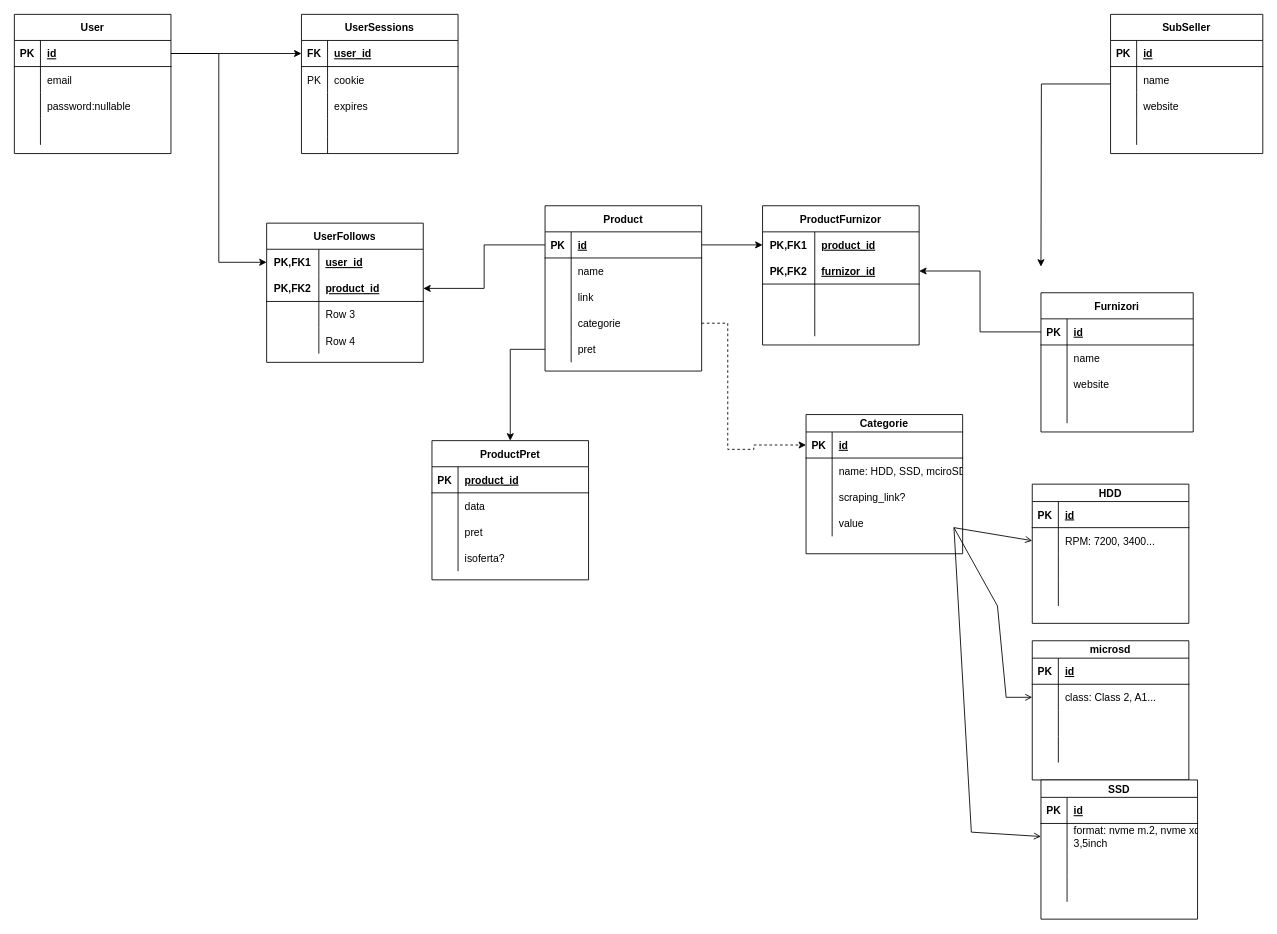
This is pretdiskuriro/DBDesign.drawio from eduardbibac/pretdiskuriro, a draw.io file, before an edit. Source tidied: cells renumbered, new cells numbered last; positions are measured from the earlier drawing's top-left corner, leaving out a move shared by most shapes. Both pictures are drawn from the tidied source at 87%, with x=0, y=0 at pixel (14, 14).
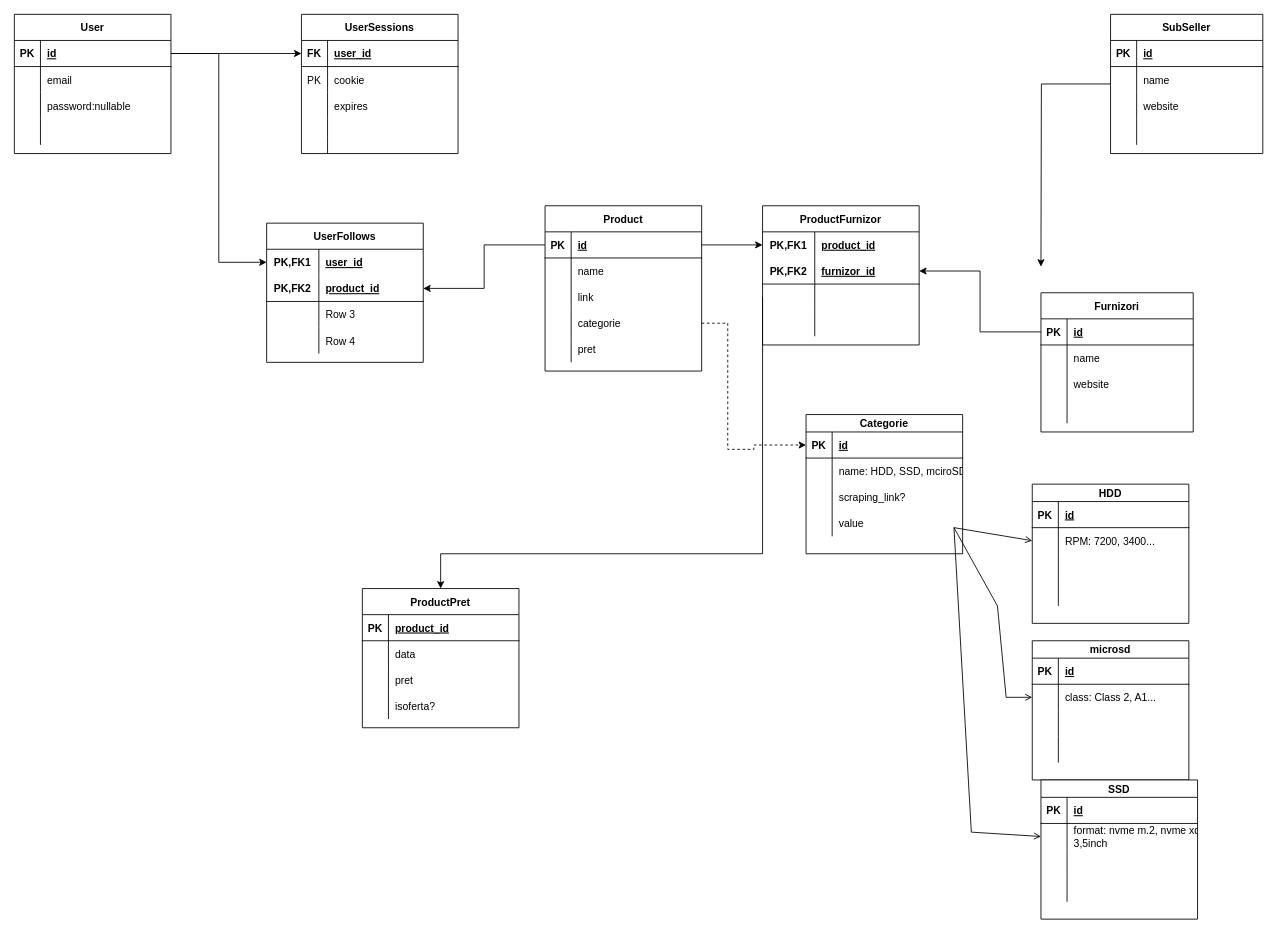
After the change.

Unchanged cells that the change refers to:
```xml
<mxCell id="59" style="shape=tableRow;horizontal=0;startSize=0;swimlaneHead=0;swimlaneBody=0;fillColor=none;points=[[0,0.5],[1,0.5]];portConstraint=eastwest;top=0;left=0;right=0;bottom=0;" parent="46" vertex="1">
  <mxGeometry y="150" width="180" height="30" as="geometry" />
</mxCell>
<mxCell id="84" style="shape=tableRow;horizontal=0;startSize=0;swimlaneHead=0;swimlaneBody=0;fillColor=none;points=[[0,0.5],[1,0.5]];portConstraint=eastwest;top=0;left=0;right=0;bottom=0;" parent="77" vertex="1">
  <mxGeometry y="90" width="180" height="30" as="geometry" />
</mxCell>
```

The edit, as a diff of the source:
```diff
@@
     <mxCell id="108" value="ProductPret" style="shape=table;startSize=30;childLayout=tableLayout;rowLines=0;fontStyle=1;align=center;" parent="1" vertex="1">
-      <mxGeometry x="480" y="490" width="180" height="160" as="geometry" />
+      <mxGeometry x="400" y="660" width="180" height="160" as="geometry" />
     </mxCell>
@@
-    <mxCell id="121" style="edgeStyle=orthogonalEdgeStyle;rounded=0;jettySize=auto;html=1;entryX=0.5;entryY=0;entryDx=0;entryDy=0;" parent="1" edge="1" source="59" target="108">
-      <mxGeometry relative="1" as="geometry" />
+    <mxCell id="121" style="edgeStyle=orthogonalEdgeStyle;rounded=0;jettySize=auto;html=1;entryX=0.5;entryY=0;entryDx=0;entryDy=0;exitX=0;exitY=0.5;exitDx=0;exitDy=0;" parent="1" edge="1" source="84" target="108">
+      <mxGeometry relative="1" as="geometry">
+        <Array as="points">
+          <mxPoint x="860" y="620" />
+          <mxPoint x="490" y="620" />
+        </Array>
+      </mxGeometry>
     </mxCell>
```
